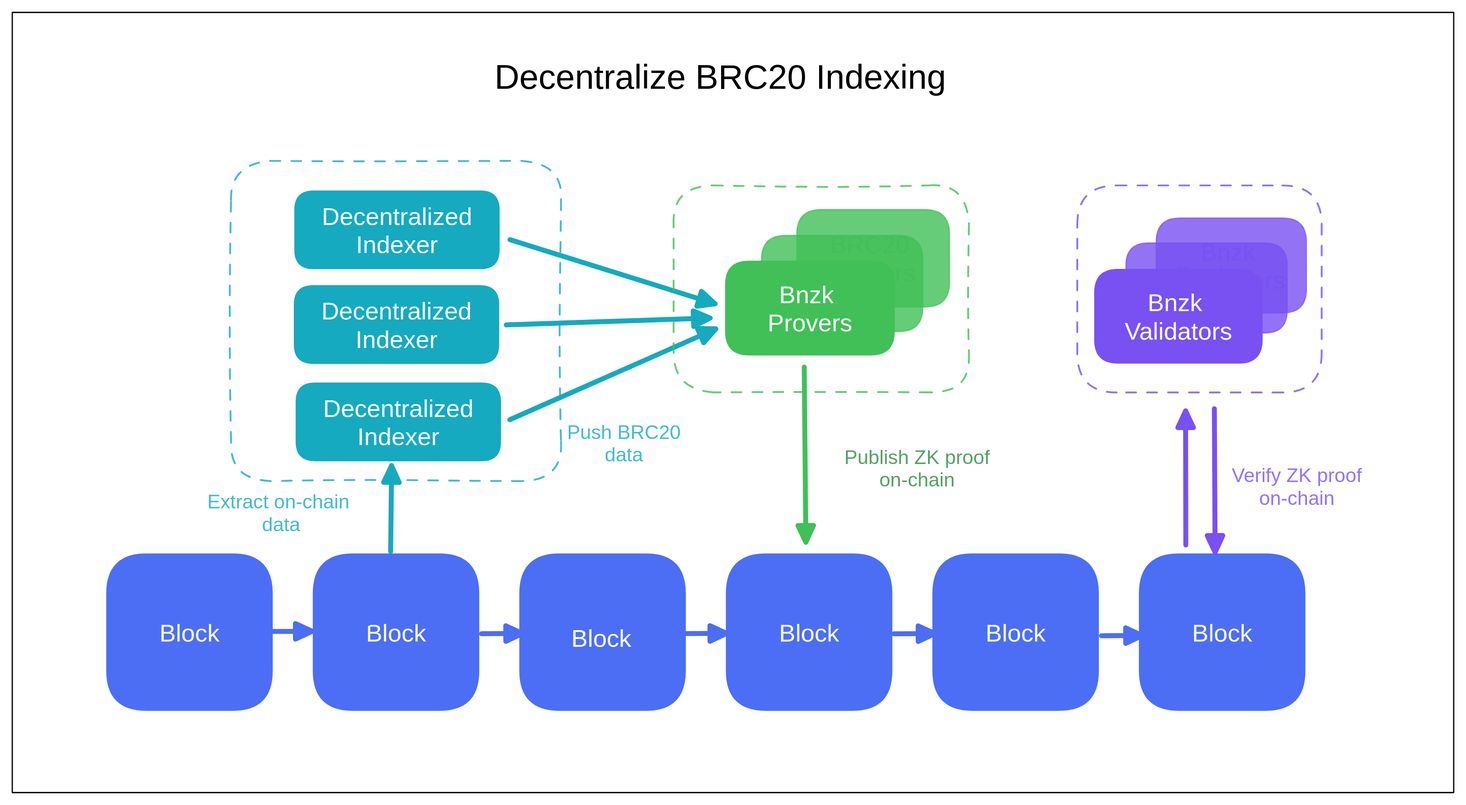
Earlier version of the Excalidraw export .gitbook/assets/file.excalidraw (1).svg (bnzk-labs/Bnzk-docs). Source tidied: one line per element, renumbered; positions are measured from the earlier drawing's top-left corner, leaving out a move shared by most shapes. Its diagram source:
```json
{"id": 0, "type": "rectangle", "strokeColor": "#40c057", "backgroundColor": "#40c057", "fillStyle": "solid", "strokeWidth": 1, "roughness": 0, "opacity": 80, "round": true, "x": 638, "y": 160, "width": 124, "height": 79}
{"id": 1, "type": "text", "text": "BRC20 \nProvers", "strokeColor": "#40c057", "backgroundColor": "#364fc7", "fillStyle": "solid", "strokeWidth": 1, "roughness": 0, "opacity": 80, "fontSize": 20, "fontFamily": 2, "textAlign": "center", "verticalAlign": "middle", "inside": 0, "x": 665, "y": 177, "width": 71, "height": 46}
{"id": 2, "type": "rectangle", "strokeColor": "#40c057", "backgroundColor": "#40c057", "fillStyle": "solid", "strokeWidth": 1, "roughness": 0, "opacity": 80, "round": true, "x": 609, "y": 181, "width": 131, "height": 78}
{"id": 3, "type": "text", "text": "BRC20 \nProvers", "strokeColor": "#40c057", "backgroundColor": "#364fc7", "fillStyle": "solid", "strokeWidth": 1, "roughness": 0, "opacity": 80, "fontSize": 20, "fontFamily": 2, "textAlign": "center", "verticalAlign": "middle", "inside": 2, "x": 639, "y": 197, "width": 71, "height": 46}
{"id": 4, "type": "rectangle", "strokeColor": "#4c6ef5", "backgroundColor": "#4c6ef5", "fillStyle": "solid", "strokeWidth": 2, "roughness": 0, "round": true, "x": 77, "y": 441, "width": 133, "height": 126}
{"id": 5, "type": "text", "text": "Block", "strokeColor": "#fff", "strokeWidth": 1, "roughness": 1, "fontSize": 20, "fontFamily": 2, "textAlign": "center", "verticalAlign": "middle", "inside": 4, "x": 119, "y": 492, "width": 51, "height": 23}
{"id": 6, "type": "rectangle", "strokeColor": "#4c6ef5", "backgroundColor": "#4c6ef5", "fillStyle": "solid", "strokeWidth": 2, "roughness": 0, "round": true, "x": 245, "y": 441, "width": 133, "height": 126}
{"id": 7, "type": "text", "text": "Block", "strokeColor": "#fff", "strokeWidth": 1, "roughness": 1, "fontSize": 20, "fontFamily": 2, "textAlign": "center", "verticalAlign": "middle", "inside": 6, "x": 287, "y": 492, "width": 51, "height": 23}
{"id": 8, "type": "rectangle", "strokeColor": "#4c6ef5", "backgroundColor": "#4c6ef5", "fillStyle": "solid", "strokeWidth": 2, "roughness": 0, "round": true, "x": 413, "y": 441, "width": 133, "height": 126}
{"id": 9, "type": "rectangle", "strokeColor": "#4c6ef5", "backgroundColor": "#4c6ef5", "fillStyle": "solid", "strokeWidth": 2, "roughness": 0, "round": true, "x": 581, "y": 441, "width": 133, "height": 126}
{"id": 10, "type": "text", "text": "Block", "strokeColor": "#fff", "strokeWidth": 1, "roughness": 1, "fontSize": 20, "fontFamily": 2, "textAlign": "center", "verticalAlign": "middle", "inside": 9, "x": 622, "y": 492, "width": 51, "height": 23}
{"id": 11, "type": "rectangle", "strokeColor": "#4c6ef5", "backgroundColor": "#4c6ef5", "fillStyle": "solid", "strokeWidth": 2, "roughness": 0, "round": true, "x": 749, "y": 441, "width": 133, "height": 126}
{"id": 12, "type": "text", "text": "Block", "strokeColor": "#fff", "strokeWidth": 1, "roughness": 1, "fontSize": 20, "fontFamily": 2, "textAlign": "center", "verticalAlign": "middle", "inside": 11, "x": 790, "y": 492, "width": 51, "height": 23}
{"id": 13, "type": "rectangle", "strokeColor": "#4c6ef5", "backgroundColor": "#4c6ef5", "fillStyle": "solid", "strokeWidth": 2, "roughness": 0, "round": true, "x": 917, "y": 441, "width": 133, "height": 126}
{"id": 14, "type": "text", "text": "Block", "strokeColor": "#fff", "strokeWidth": 1, "roughness": 1, "fontSize": 20, "fontFamily": 2, "textAlign": "center", "verticalAlign": "middle", "inside": 13, "x": 958, "y": 492, "width": 51, "height": 23}
{"id": 15, "type": "arrow", "strokeColor": "#4c6ef5", "strokeWidth": 4, "roughness": 0, "endArrowhead": "triangle", "to": 6, "x": 211, "y": 503, "width": 33, "height": 0, "points": [[0, 0], [33, 0]]}
{"id": 16, "type": "arrow", "strokeColor": "#4c6ef5", "strokeWidth": 4, "roughness": 0, "endArrowhead": "triangle", "from": 4, "x": 263, "y": 493, "width": 33, "height": 0, "points": [[0, 0], [33, 0]]}
{"id": 17, "type": "arrow", "strokeColor": "#4c6ef5", "strokeWidth": 4, "roughness": 0, "endArrowhead": "triangle", "from": 6, "x": 382, "y": 505, "width": 33, "height": 0, "points": [[0, 0], [33, 0]]}
{"id": 18, "type": "arrow", "strokeColor": "#4c6ef5", "strokeWidth": 4, "roughness": 0, "endArrowhead": "triangle", "from": 6, "x": 462, "y": 508, "width": 33, "height": 0, "points": [[0, 0], [33, 0]]}
{"id": 19, "type": "text", "text": "Block", "strokeColor": "#fff", "strokeWidth": 1, "roughness": 1, "fontSize": 20, "fontFamily": 2, "textAlign": "center", "verticalAlign": "middle", "inside": 18, "x": 454, "y": 497, "width": 51, "height": 23}
{"id": 20, "type": "arrow", "strokeColor": "#4c6ef5", "strokeWidth": 4, "roughness": 0, "endArrowhead": "triangle", "from": 8, "to": 9, "x": 548, "y": 505, "width": 33, "height": 0, "points": [[0, 0], [33, 0]]}
{"id": 21, "type": "arrow", "strokeColor": "#4c6ef5", "strokeWidth": 4, "roughness": 0, "endArrowhead": "triangle", "from": 9, "x": 717, "y": 505, "width": 33, "height": 0, "points": [[0, 0], [33, 0]]}
{"id": 22, "type": "arrow", "strokeColor": "#4c6ef5", "strokeWidth": 4, "roughness": 0, "endArrowhead": "triangle", "from": 9, "to": 11, "x": 759, "y": 538, "width": 33, "height": 0, "points": [[0, 0], [33, 0]]}
{"id": 23, "type": "arrow", "strokeColor": "#4c6ef5", "strokeWidth": 4, "roughness": 0, "endArrowhead": "triangle", "from": 11, "x": 886, "y": 507, "width": 33, "height": 0, "points": [[0, 0], [33, 0]]}
{"id": 24, "type": "rectangle", "strokeColor": "#40c057", "backgroundColor": "#40c057", "fillStyle": "solid", "strokeWidth": 1, "roughness": 0, "round": true, "x": 580, "y": 202, "width": 137, "height": 76}
{"id": 25, "type": "text", "text": "Bnzk \nProvers", "strokeColor": "#fff", "backgroundColor": "#364fc7", "fillStyle": "solid", "strokeWidth": 1, "roughness": 0, "fontSize": 20, "fontFamily": 2, "textAlign": "center", "verticalAlign": "middle", "inside": 24, "x": 613, "y": 217, "width": 71, "height": 46}
{"id": 26, "type": "rectangle", "strokeColor": "#fff", "backgroundColor": "#15aabf", "fillStyle": "solid", "strokeWidth": 1, "roughness": 0, "round": true, "x": 229, "y": 144, "width": 168, "height": 65}
{"id": 27, "type": "text", "text": "Decentralized\nIndexer", "strokeColor": "#fff", "backgroundColor": "#364fc7", "fillStyle": "solid", "strokeWidth": 1, "roughness": 0, "fontSize": 20, "fontFamily": 2, "textAlign": "center", "verticalAlign": "middle", "inside": 26, "x": 251, "y": 154, "width": 123, "height": 46}
{"id": 28, "type": "arrow", "strokeColor": "#15aabf", "strokeWidth": 4, "roughness": 0, "endArrowhead": "triangle", "from": 26, "to": 24, "x": 405, "y": 185, "width": 167, "height": 52, "points": [[0, 0], [167, 52]]}
{"id": 29, "type": "freedraw", "strokeColor": "#fff", "backgroundColor": "#364fc7", "fillStyle": "solid", "strokeWidth": 1, "roughness": 0, "x": 332, "y": 396, "width": 0, "height": 0, "points": [[0, 0], [0, 0]]}
{"id": 30, "type": "rectangle", "strokeColor": "#000000", "strokeWidth": 1, "roughness": 0, "x": 0, "y": 0, "width": 1172, "height": 634}
{"id": 31, "type": "text", "text": "Decentralize BRC20 Indexing", "strokeColor": "#000000", "strokeWidth": 1, "roughness": 0, "fontSize": 28, "fontFamily": 2, "x": 392, "y": 36, "width": 369, "height": 32}
{"id": 32, "type": "rectangle", "strokeColor": "#fff", "backgroundColor": "#15aabf", "fillStyle": "solid", "strokeWidth": 1, "roughness": 0, "round": true, "x": 228, "y": 221, "width": 168, "height": 65}
{"id": 33, "type": "text", "text": "Decentralized\nIndexer", "strokeColor": "#fff", "backgroundColor": "#364fc7", "fillStyle": "solid", "strokeWidth": 1, "roughness": 0, "fontSize": 20, "fontFamily": 2, "textAlign": "center", "verticalAlign": "middle", "inside": 32, "x": 251, "y": 231, "width": 123, "height": 46}
{"id": 34, "type": "rectangle", "strokeColor": "#fff", "backgroundColor": "#15aabf", "fillStyle": "solid", "strokeWidth": 1, "roughness": 0, "round": true, "x": 230, "y": 300, "width": 168, "height": 65}
{"id": 35, "type": "text", "text": "Decentralized\nIndexer", "strokeColor": "#fff", "backgroundColor": "#364fc7", "fillStyle": "solid", "strokeWidth": 1, "roughness": 0, "fontSize": 20, "fontFamily": 2, "textAlign": "center", "verticalAlign": "middle", "inside": 34, "x": 252, "y": 310, "width": 123, "height": 46}
{"id": 36, "type": "arrow", "strokeColor": "#15aabf", "strokeWidth": 4, "roughness": 0, "endArrowhead": "triangle", "from": 32, "to": 24, "x": 402, "y": 254, "width": 166, "height": 6, "points": [[0, 0], [166, -6]]}
{"id": 37, "type": "arrow", "strokeColor": "#15aabf", "strokeWidth": 4, "roughness": 0, "endArrowhead": "triangle", "from": 34, "to": 24, "x": 405, "y": 331, "width": 168, "height": 74, "points": [[0, 0], [168, -74]]}
{"id": 38, "type": "arrow", "strokeColor": "#40c057", "strokeWidth": 4, "roughness": 0, "endArrowhead": "triangle", "from": 24, "to": 9, "x": 644, "y": 288, "width": 1, "height": 142, "points": [[0, 0], [1, 142]]}
{"id": 39, "type": "text", "text": "Publish ZK proof\non-chain", "strokeColor": "#2b8a3e", "backgroundColor": "#40c057", "fillStyle": "hachure", "strokeWidth": 1, "roughness": 1, "opacity": 80, "fontSize": 16, "fontFamily": 2, "textAlign": "center", "x": 676, "y": 351, "width": 119, "height": 37}
{"id": 40, "type": "arrow", "strokeColor": "#15aabf", "strokeWidth": 4, "roughness": 0, "endArrowhead": "triangle", "from": 6, "to": 34, "x": 308, "y": 438, "width": 1, "height": 70, "points": [[0, 0], [1, -70]]}
{"id": 41, "type": "text", "text": "Extract on-chain \ndata", "strokeColor": "#15aabf", "backgroundColor": "#40c057", "fillStyle": "hachure", "strokeWidth": 1, "roughness": 1, "opacity": 80, "fontSize": 16, "fontFamily": 2, "textAlign": "center", "x": 158, "y": 388, "width": 121, "height": 37}
{"id": 42, "type": "rectangle", "strokeColor": "#15aabf", "strokeWidth": 1, "strokeStyle": "dashed", "roughness": 1, "opacity": 80, "round": true, "x": 178, "y": 121, "width": 268, "height": 260}
{"id": 43, "type": "rectangle", "strokeColor": "#40c057", "strokeWidth": 1, "strokeStyle": "dashed", "roughness": 1, "opacity": 80, "round": true, "x": 538, "y": 141, "width": 240, "height": 168}
{"id": 44, "type": "text", "text": "Push BRC20\ndata", "strokeColor": "#15aabf", "backgroundColor": "#40c057", "fillStyle": "hachure", "strokeWidth": 1, "roughness": 1, "opacity": 80, "fontSize": 16, "fontFamily": 2, "textAlign": "center", "x": 451, "y": 331, "width": 93, "height": 37}
{"id": 45, "type": "rectangle", "strokeColor": "#7950f2", "backgroundColor": "#7950f2", "fillStyle": "solid", "strokeWidth": 1, "roughness": 0, "opacity": 80, "round": true, "x": 930, "y": 167, "width": 122, "height": 77}
{"id": 46, "type": "text", "text": "Bnzk \nValidators", "strokeColor": "#7950f2", "backgroundColor": "#364fc7", "fillStyle": "solid", "strokeWidth": 1, "roughness": 0, "opacity": 80, "fontSize": 20, "fontFamily": 2, "textAlign": "center", "verticalAlign": "middle", "inside": 45, "x": 947, "y": 183, "width": 89, "height": 46}
{"id": 47, "type": "rectangle", "strokeColor": "#7950f2", "backgroundColor": "#7950f2", "fillStyle": "solid", "strokeWidth": 1, "roughness": 0, "opacity": 80, "round": true, "x": 906, "y": 187, "width": 131, "height": 73}
{"id": 48, "type": "text", "text": "Bnzk \nValidators", "strokeColor": "#7950f2", "backgroundColor": "#364fc7", "fillStyle": "solid", "strokeWidth": 1, "roughness": 0, "opacity": 80, "fontSize": 20, "fontFamily": 2, "textAlign": "center", "verticalAlign": "middle", "inside": 47, "x": 927, "y": 201, "width": 89, "height": 46}
{"id": 49, "type": "rectangle", "strokeColor": "#7950f2", "backgroundColor": "#7950f2", "fillStyle": "solid", "strokeWidth": 1, "roughness": 0, "round": true, "x": 880, "y": 209, "width": 136, "height": 76}
{"id": 50, "type": "text", "text": "Bnzk \nValidators", "strokeColor": "#fff", "backgroundColor": "#364fc7", "fillStyle": "solid", "strokeWidth": 1, "roughness": 0, "fontSize": 20, "fontFamily": 2, "textAlign": "center", "verticalAlign": "middle", "inside": 49, "x": 904, "y": 224, "width": 89, "height": 46}
{"id": 51, "type": "rectangle", "strokeColor": "#7950f2", "strokeWidth": 1, "strokeStyle": "dashed", "roughness": 0, "opacity": 80, "round": true, "x": 866, "y": 141, "width": 199, "height": 168}
{"id": 52, "type": "arrow", "strokeColor": "#7950f2", "strokeWidth": 4, "roughness": 0, "endArrowhead": "triangle", "from": 13, "to": 51, "x": 954, "y": 433, "width": 0, "height": 109, "points": [[0, 0], [0, -109]]}
{"id": 53, "type": "arrow", "strokeColor": "#7950f2", "strokeWidth": 4, "roughness": 0, "endArrowhead": "triangle", "from": 51, "to": 13, "x": 978, "y": 322, "width": 1, "height": 117, "points": [[0, 0], [1, 117]]}
{"id": 54, "type": "text", "text": "Verify ZK proof\non-chain", "strokeColor": "#7950f2", "backgroundColor": "#40c057", "fillStyle": "hachure", "strokeWidth": 1, "roughness": 1, "opacity": 80, "fontSize": 16, "fontFamily": 2, "textAlign": "center", "x": 991, "y": 366, "width": 107, "height": 37}
```
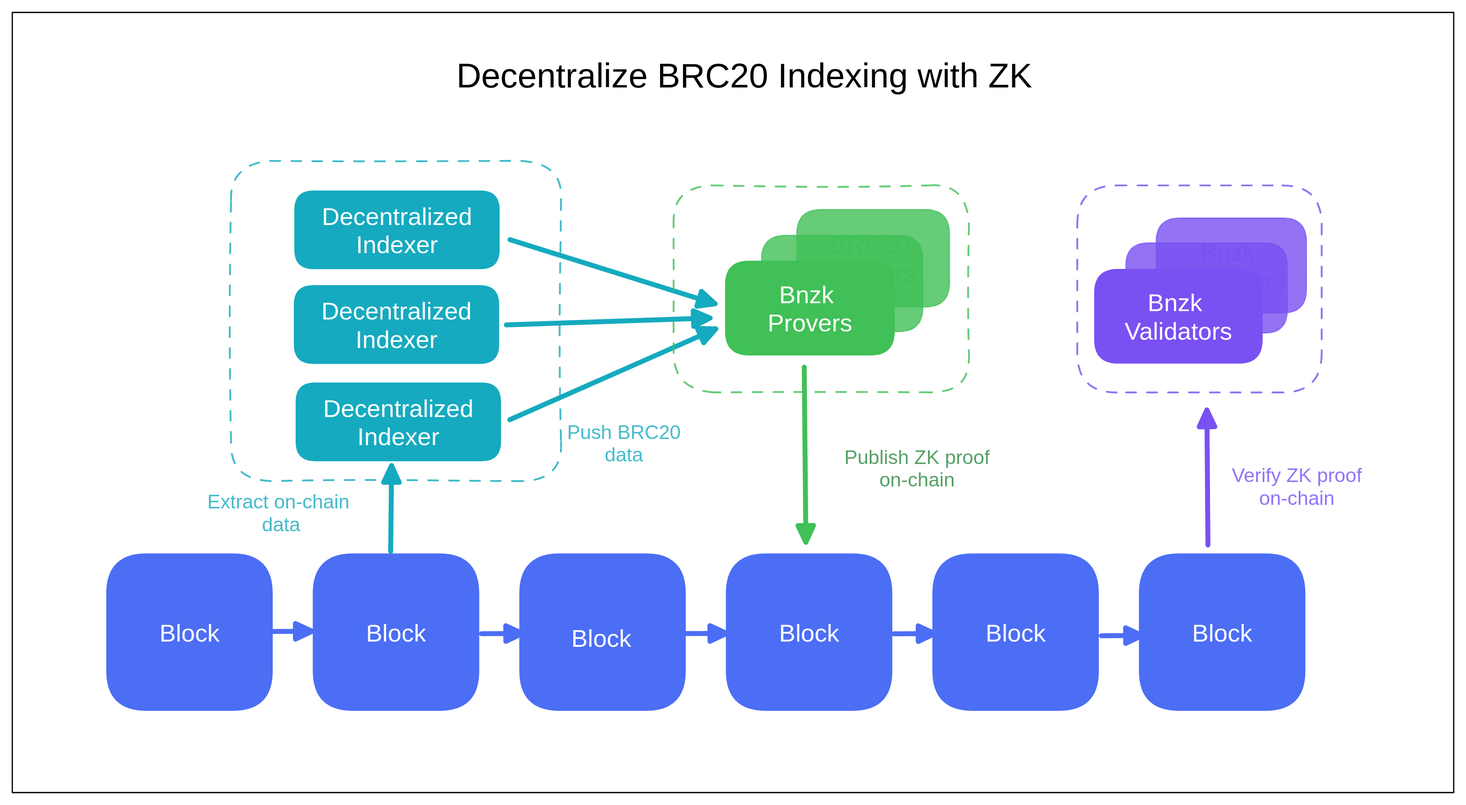
The same file after the commit.

Commit message:
GITBOOK-13: change request with no subject merged in GitBook

Diff of the diagram source:
```diff
@@ -29,7 +29,7 @@
 {"id": 28, "type": "arrow", "strokeColor": "#15aabf", "strokeWidth": 4, "roughness": 0, "endArrowhead": "triangle", "from": 26, "to": 24, "x": 405, "y": 185, "width": 167, "height": 52, "points": [[0, 0], [167, 52]]}
 {"id": 29, "type": "freedraw", "strokeColor": "#fff", "backgroundColor": "#364fc7", "fillStyle": "solid", "strokeWidth": 1, "roughness": 0, "x": 332, "y": 396, "width": 0, "height": 0, "points": [[0, 0], [0, 0]]}
 {"id": 30, "type": "rectangle", "strokeColor": "#000000", "strokeWidth": 1, "roughness": 0, "x": 0, "y": 0, "width": 1172, "height": 634}
-{"id": 31, "type": "text", "text": "Decentralize BRC20 Indexing", "strokeColor": "#000000", "strokeWidth": 1, "roughness": 0, "fontSize": 28, "fontFamily": 2, "x": 392, "y": 36, "width": 369, "height": 32}
+{"id": 31, "type": "text", "text": "Decentralize BRC20 Indexing with ZK", "strokeColor": "#000000", "strokeWidth": 1, "roughness": 0, "fontSize": 28, "fontFamily": 2, "x": 361, "y": 35, "width": 470, "height": 32}
 {"id": 32, "type": "rectangle", "strokeColor": "#fff", "backgroundColor": "#15aabf", "fillStyle": "solid", "strokeWidth": 1, "roughness": 0, "round": true, "x": 228, "y": 221, "width": 168, "height": 65}
 {"id": 33, "type": "text", "text": "Decentralized\nIndexer", "strokeColor": "#fff", "backgroundColor": "#364fc7", "fillStyle": "solid", "strokeWidth": 1, "roughness": 0, "fontSize": 20, "fontFamily": 2, "textAlign": "center", "verticalAlign": "middle", "inside": 32, "x": 251, "y": 231, "width": 123, "height": 46}
 {"id": 34, "type": "rectangle", "strokeColor": "#fff", "backgroundColor": "#15aabf", "fillStyle": "solid", "strokeWidth": 1, "roughness": 0, "round": true, "x": 230, "y": 300, "width": 168, "height": 65}
@@ -50,6 +50,5 @@
 {"id": 49, "type": "rectangle", "strokeColor": "#7950f2", "backgroundColor": "#7950f2", "fillStyle": "solid", "strokeWidth": 1, "roughness": 0, "round": true, "x": 880, "y": 209, "width": 136, "height": 76}
 {"id": 50, "type": "text", "text": "Bnzk \nValidators", "strokeColor": "#fff", "backgroundColor": "#364fc7", "fillStyle": "solid", "strokeWidth": 1, "roughness": 0, "fontSize": 20, "fontFamily": 2, "textAlign": "center", "verticalAlign": "middle", "inside": 49, "x": 904, "y": 224, "width": 89, "height": 46}
 {"id": 51, "type": "rectangle", "strokeColor": "#7950f2", "strokeWidth": 1, "strokeStyle": "dashed", "roughness": 0, "opacity": 80, "round": true, "x": 866, "y": 141, "width": 199, "height": 168}
-{"id": 52, "type": "arrow", "strokeColor": "#7950f2", "strokeWidth": 4, "roughness": 0, "endArrowhead": "triangle", "from": 13, "to": 51, "x": 954, "y": 433, "width": 0, "height": 109, "points": [[0, 0], [0, -109]]}
+{"id": 52, "type": "arrow", "strokeColor": "#7950f2", "strokeWidth": 4, "roughness": 0, "endArrowhead": "triangle", "from": 13, "to": 51, "x": 972, "y": 433, "width": 1, "height": 110, "points": [[0, 0], [-1, -110]]}
-{"id": 53, "type": "arrow", "strokeColor": "#7950f2", "strokeWidth": 4, "roughness": 0, "endArrowhead": "triangle", "from": 51, "to": 13, "x": 978, "y": 322, "width": 1, "height": 117, "points": [[0, 0], [1, 117]]}
 {"id": 54, "type": "text", "text": "Verify ZK proof\non-chain", "strokeColor": "#7950f2", "backgroundColor": "#40c057", "fillStyle": "hachure", "strokeWidth": 1, "roughness": 1, "opacity": 80, "fontSize": 16, "fontFamily": 2, "textAlign": "center", "x": 991, "y": 366, "width": 107, "height": 37}
```
